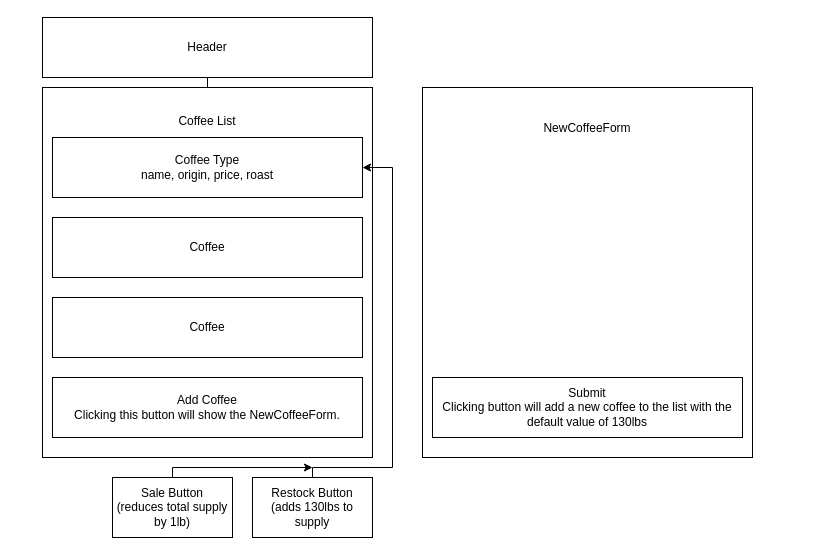
The draw.io diagram InventoryTracker.drawio in mcarroll138/inventory-tracker, before the edit. Source tidied: cells renumbered, new cells numbered last; positions are measured from the earlier drawing's top-left corner, leaving out a move shared by most shapes. Both pictures are drawn from the tidied source at 100%, with x=0, y=0 at pixel (42, 17).
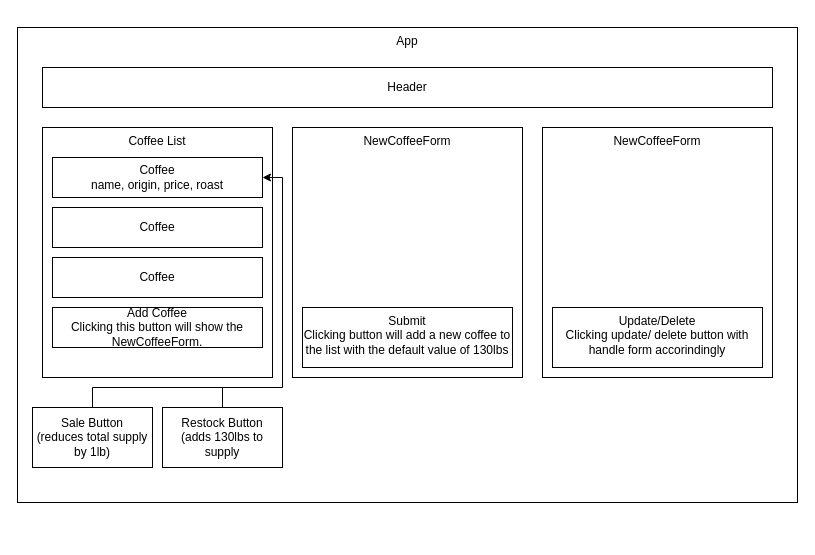
After the change.

Commit message (it also covers changes not shown here):
update Inventory Component diagram, add file as PNG.

Diff of the diagram source:
```diff
@@
-    <mxCell id="2" style="edgeStyle=orthogonalEdgeStyle;rounded=0;jettySize=auto;html=1;" parent="1" edge="1" source="3" target="5">
-      <mxGeometry relative="1" as="geometry" />
-    </mxCell>
+    <mxCell id="15" value="App" style="rounded=0;whiteSpace=wrap;html=1;verticalAlign=top;" parent="1" vertex="1">
+      <mxGeometry x="-25" y="10" width="780" height="475" as="geometry" />
+    </mxCell>
     <mxCell id="3" value="Header" style="rounded=0;whiteSpace=wrap;html=1;" parent="1" vertex="1">
-      <mxGeometry width="330" height="60" as="geometry" />
+      <mxGeometry y="50" width="730" height="40" as="geometry" />
     </mxCell>
-    <mxCell id="4" value="Coffee List&lt;br&gt;&lt;br&gt;&lt;br&gt;&lt;br&gt;&lt;br&gt;&lt;br&gt;&lt;br&gt;&lt;br&gt;&lt;br&gt;&lt;br&gt;&lt;br&gt;&lt;br&gt;&lt;br&gt;&lt;br&gt;&lt;br&gt;&lt;br&gt;&lt;br&gt;&lt;br&gt;&lt;br&gt;&lt;br&gt;&lt;br&gt;&lt;br&gt;" style="rounded=0;whiteSpace=wrap;html=1;" parent="1" vertex="1">
-      <mxGeometry y="70" width="330" height="370" as="geometry" />
+    <mxCell id="4" value="Coffee List&lt;br&gt;&lt;br&gt;&lt;br&gt;&lt;br&gt;&lt;br&gt;&lt;br&gt;&lt;br&gt;&lt;br&gt;&lt;br&gt;&lt;br&gt;&lt;br&gt;&lt;br&gt;&lt;br&gt;&lt;br&gt;&lt;br&gt;" style="rounded=0;whiteSpace=wrap;html=1;verticalAlign=top;" parent="1" vertex="1">
+      <mxGeometry y="110" width="230" height="250" as="geometry" />
     </mxCell>
-    <mxCell id="5" value="Coffee Type&lt;br&gt;name, origin, price, roast" style="rounded=0;whiteSpace=wrap;html=1;" parent="1" vertex="1">
-      <mxGeometry x="10" y="120" width="310" height="60" as="geometry" />
+    <mxCell id="5" value="Coffee&lt;br&gt;name, origin, price, roast" style="rounded=0;whiteSpace=wrap;html=1;" parent="1" vertex="1">
+      <mxGeometry x="10" y="140" width="210" height="40" as="geometry" />
     </mxCell>
-    <mxCell id="6" value="Coffee" style="rounded=0;whiteSpace=wrap;html=1;" parent="1" vertex="1">
-      <mxGeometry x="10" y="280" width="310" height="60" as="geometry" />
-    </mxCell>
     <mxCell id="7" value="Coffee" style="rounded=0;whiteSpace=wrap;html=1;" parent="1" vertex="1">
-      <mxGeometry x="10" y="200" width="310" height="60" as="geometry" />
+      <mxGeometry x="10" y="190" width="210" height="40" as="geometry" />
     </mxCell>
     <mxCell id="8" value="Add Coffee&lt;br&gt;Clicking this button will show the NewCoffeeForm." style="rounded=0;whiteSpace=wrap;html=1;" parent="1" vertex="1">
-      <mxGeometry x="10" y="360" width="310" height="60" as="geometry" />
+      <mxGeometry x="10" y="290" width="210" height="40" as="geometry" />
     </mxCell>
     <mxCell id="9" value="Sale Button&lt;br&gt;(reduces total supply by 1lb)" style="rounded=0;whiteSpace=wrap;html=1;" parent="1" vertex="1">
-      <mxGeometry x="70" y="460" width="120" height="60" as="geometry" />
+      <mxGeometry x="-10" y="390" width="120" height="60" as="geometry" />
     </mxCell>
     <mxCell id="10" value="Restock Button&lt;br&gt;(adds 130lbs to supply" style="rounded=0;whiteSpace=wrap;html=1;" parent="1" vertex="1">
-      <mxGeometry x="210" y="460" width="120" height="60" as="geometry" />
+      <mxGeometry x="120" y="390" width="120" height="60" as="geometry" />
     </mxCell>
-    <mxCell id="11" style="endArrow=classic;html=1;rounded=0;entryX=1;entryY=0.5;entryDx=0;entryDy=0;exitX=0.5;exitY=0;exitDx=0;exitDy=0;" parent="1" edge="1" source="10" target="5">
-      <mxGeometry relative="1" as="geometry">
-        <Array as="points">
-          <mxPoint x="270" y="450" />
-          <mxPoint x="350" y="450" />
-          <mxPoint x="350" y="150" />
-        </Array>
-      </mxGeometry>
-    </mxCell>
-    <mxCell id="12" style="endArrow=classic;html=1;rounded=0;exitX=0.5;exitY=0;exitDx=0;exitDy=0;" parent="1" edge="1" source="9">
+    <mxCell id="12" style="endArrow=classic;html=1;rounded=0;exitX=0.5;exitY=0;exitDx=0;exitDy=0;entryX=1;entryY=0.5;entryDx=0;entryDy=0;" parent="1" edge="1" source="9" target="5">
       <mxGeometry relative="1" as="geometry">
-        <mxPoint x="270" y="450" as="targetPoint" />
         <Array as="points">
-          <mxPoint x="130" y="450" />
+          <mxPoint x="50" y="370" />
+          <mxPoint x="240" y="370" />
+          <mxPoint x="240" y="160" />
         </Array>
       </mxGeometry>
     </mxCell>
-    <mxCell id="13" value="NewCoffeeForm&lt;br&gt;&lt;br&gt;&lt;br&gt;&lt;br&gt;&lt;br&gt;&lt;br&gt;&lt;br&gt;&lt;br&gt;&lt;br&gt;&lt;br&gt;&lt;br&gt;&lt;br&gt;&lt;br&gt;&lt;br&gt;&lt;br&gt;&lt;br&gt;&lt;br&gt;&lt;br&gt;&lt;br&gt;&lt;br&gt;&lt;br&gt;" style="rounded=0;whiteSpace=wrap;html=1;" parent="1" vertex="1">
-      <mxGeometry x="380" y="70" width="330" height="370" as="geometry" />
+    <mxCell id="13" value="NewCoffeeForm" style="rounded=0;whiteSpace=wrap;html=1;align=center;verticalAlign=top;" parent="1" vertex="1">
+      <mxGeometry x="250" y="110" width="230" height="250" as="geometry" />
     </mxCell>
-    <mxCell id="14" value="Submit&lt;br&gt;Clicking button will add a new coffee to the list with the default value of 130lbs" style="rounded=0;whiteSpace=wrap;html=1;" parent="1" vertex="1">
-      <mxGeometry x="390" y="360" width="310" height="60" as="geometry" />
+    <mxCell id="14" value="Submit&lt;br&gt;Clicking button will add a new coffee to the list with the default value of 130lbs" style="rounded=0;whiteSpace=wrap;html=1;verticalAlign=top;" parent="1" vertex="1">
+      <mxGeometry x="260" y="290" width="210" height="60" as="geometry" />
     </mxCell>
+    <mxCell id="6" value="Coffee" style="rounded=0;whiteSpace=wrap;html=1;" parent="1" vertex="1">
+      <mxGeometry x="10" y="240" width="210" height="40" as="geometry" />
+    </mxCell>
+    <mxCell id="16" style="edgeStyle=orthogonalEdgeStyle;rounded=0;orthogonalLoop=1;jettySize=auto;html=1;exitX=0.5;exitY=1;exitDx=0;exitDy=0;" parent="1" edge="1" source="4" target="4">
+      <mxGeometry relative="1" as="geometry" />
+    </mxCell>
+    <mxCell id="17" style="endArrow=none;html=1;rounded=0;entryX=0.5;entryY=0;entryDx=0;entryDy=0;" parent="1" edge="1" target="10">
+      <mxGeometry relative="1" as="geometry">
+        <mxPoint x="180" y="370" as="sourcePoint" />
+      </mxGeometry>
+    </mxCell>
+    <mxCell id="18" value="NewCoffeeForm" style="rounded=0;whiteSpace=wrap;html=1;align=center;verticalAlign=top;" parent="1" vertex="1">
+      <mxGeometry x="500" y="110" width="230" height="250" as="geometry" />
+    </mxCell>
+    <mxCell id="19" value="Update/Delete&lt;br&gt;Clicking update/ delete button with handle form accorindingly" style="rounded=0;whiteSpace=wrap;html=1;verticalAlign=top;" parent="1" vertex="1">
+      <mxGeometry x="510" y="290" width="210" height="60" as="geometry" />
+    </mxCell>
```
